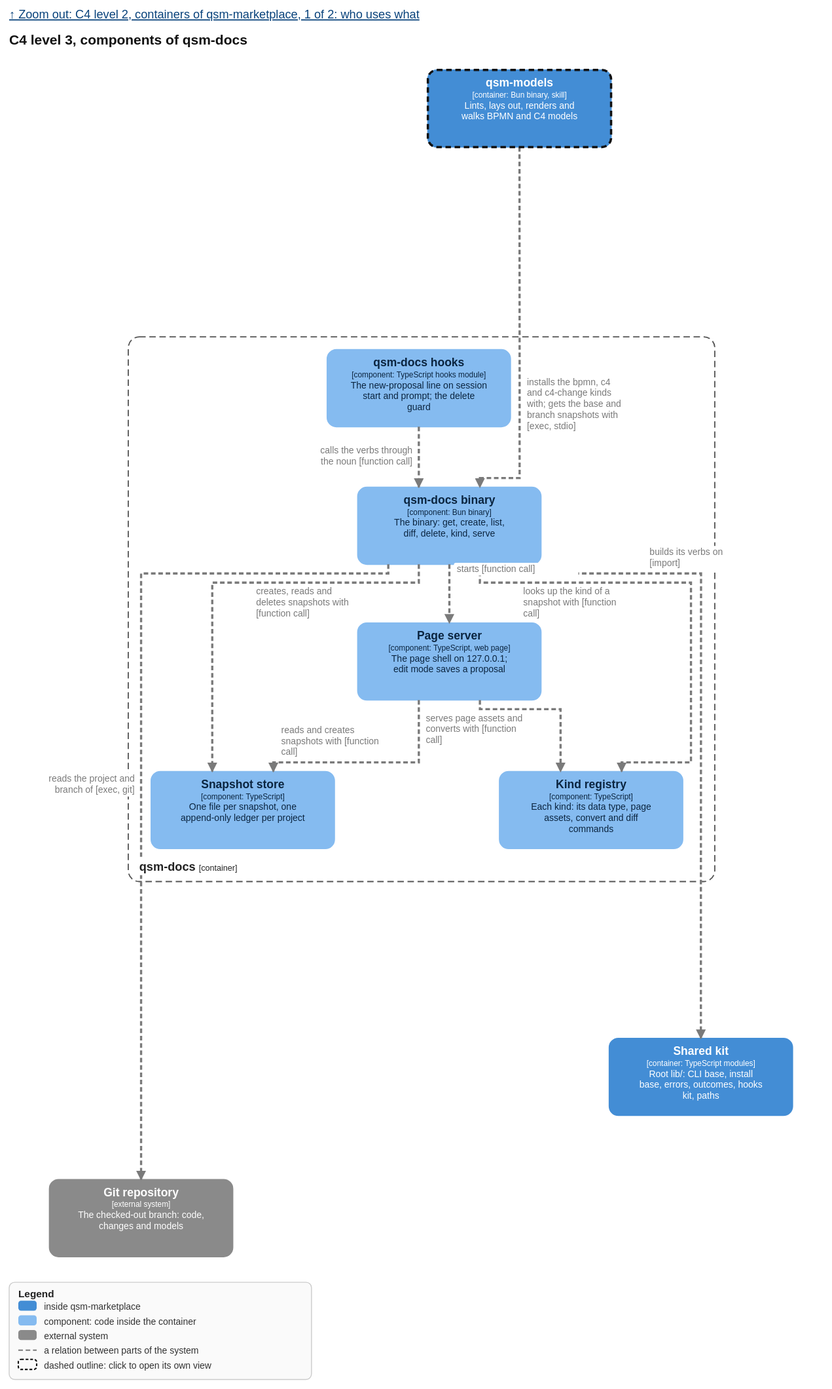
Before: models/marketplace.components-docs.drawio.svg, a diagram exported from draw.io (qsmark-labs/qsm-marketplace). Source tidied: cells renumbered, new cells last; positions are measured from the earlier drawing's top-left corner, leaving out a move shared by most shapes. The source it was exported from:
```xml
<mxGraphModel>
  <root>
    <mxCell id="0" />
    <mxCell id="1" parent="0" />
    <object id="2" label="&lt;b&gt;%c4Name%&lt;/b&gt;&lt;div&gt;[%c4Application%]&lt;/div&gt;" c4Application="Container" c4Id="mp.docs" c4Name="qsm-docs" c4Type="ContainerScopeBoundary" placeholders="1">
      <mxCell style="rounded=1;fontSize=11;whiteSpace=wrap;html=1;dashed=1;arcSize=4;fillColor=none;strokeColor=#555555;fontColor=#222222;align=left;verticalAlign=bottom;spacing=10;dashPattern=8 4;" parent="1" vertex="1">
        <mxGeometry x="86" y="291" width="640.2" height="594" as="geometry" />
      </mxCell>
    </object>
    <object id="3" label="&lt;b&gt;%c4Name%&lt;/b&gt;&lt;div&gt;[%c4Type%%c4TechnologySep%%c4Technology%]&lt;/div&gt;&lt;div style=&quot;font-size:11px&quot;&gt;%c4Description%&lt;/div&gt;" c4Description="The binary: get, create, list, diff, delete, kind, serve" c4Id="mp.docs.tool" c4Name="qsm-docs binary" c4Path="plugins/qsm-docs/scripts" c4Tags="" c4Technology="Bun binary" c4TechnologySep=": " c4Type="Component" placeholders="1">
      <mxCell style="rounded=1;whiteSpace=wrap;html=1;arcSize=10;fillColor=#85bbf0;strokeColor=#85bbf0;fontColor=#0b2540;" parent="1" vertex="1">
        <mxGeometry x="336.5" y="455" width="200" height="84" as="geometry" />
      </mxCell>
    </object>
    <object id="4" label="&lt;b&gt;%c4Name%&lt;/b&gt;&lt;div&gt;[%c4Type%%c4TechnologySep%%c4Technology%]&lt;/div&gt;&lt;div style=&quot;font-size:11px&quot;&gt;%c4Description%&lt;/div&gt;" c4Description="One file per snapshot, one append-only ledger per project" c4Id="mp.docs.store" c4Name="Snapshot store" c4Path="plugins/qsm-docs/lib/store" c4Tags="" c4Technology="TypeScript" c4TechnologySep=": " c4Type="Component" placeholders="1">
      <mxCell style="rounded=1;whiteSpace=wrap;html=1;arcSize=10;fillColor=#85bbf0;strokeColor=#85bbf0;fontColor=#0b2540;" parent="1" vertex="1">
        <mxGeometry x="111" y="765" width="200" height="84" as="geometry" />
      </mxCell>
    </object>
    <object id="5" label="&lt;b&gt;%c4Name%&lt;/b&gt;&lt;div&gt;[%c4Type%%c4TechnologySep%%c4Technology%]&lt;/div&gt;&lt;div style=&quot;font-size:11px&quot;&gt;%c4Description%&lt;/div&gt;" c4Description="Each kind: its data type, page assets, convert and diff commands" c4Id="mp.docs.kinds" c4Name="Kind registry" c4Path="plugins/qsm-docs/lib/kinds" c4Tags="" c4Technology="TypeScript" c4TechnologySep=": " c4Type="Component" placeholders="1">
      <mxCell style="rounded=1;whiteSpace=wrap;html=1;arcSize=10;fillColor=#85bbf0;strokeColor=#85bbf0;fontColor=#0b2540;" parent="1" vertex="1">
        <mxGeometry x="491.2" y="765" width="200" height="84" as="geometry" />
      </mxCell>
    </object>
    <object id="6" label="&lt;b&gt;%c4Name%&lt;/b&gt;&lt;div&gt;[%c4Type%%c4TechnologySep%%c4Technology%]&lt;/div&gt;&lt;div style=&quot;font-size:11px&quot;&gt;%c4Description%&lt;/div&gt;" c4Description="The page shell on 127.0.0.1; edit mode saves a proposal" c4Id="mp.docs.server" c4Name="Page server" c4Path="plugins/qsm-docs/lib/serve" c4Tags="" c4Technology="TypeScript, web page" c4TechnologySep=": " c4Type="Component" placeholders="1">
      <mxCell style="rounded=1;whiteSpace=wrap;html=1;arcSize=10;fillColor=#85bbf0;strokeColor=#85bbf0;fontColor=#0b2540;" parent="1" vertex="1">
        <mxGeometry x="336.5" y="603" width="200" height="84" as="geometry" />
      </mxCell>
    </object>
    <object id="7" label="&lt;b&gt;%c4Name%&lt;/b&gt;&lt;div&gt;[%c4Type%%c4TechnologySep%%c4Technology%]&lt;/div&gt;&lt;div style=&quot;font-size:11px&quot;&gt;%c4Description%&lt;/div&gt;" c4Description="The new-proposal line on session start and prompt; the delete guard" c4Id="mp.docs.hooks" c4Name="qsm-docs hooks" c4Path="plugins/qsm-docs/hooks" c4Tags="" c4Technology="TypeScript hooks module" c4TechnologySep=": " c4Type="Component" placeholders="1">
      <mxCell style="rounded=1;whiteSpace=wrap;html=1;arcSize=10;fillColor=#85bbf0;strokeColor=#85bbf0;fontColor=#0b2540;" parent="1" vertex="1">
        <mxGeometry x="303.1" y="305" width="200" height="84" as="geometry" />
      </mxCell>
    </object>
    <object id="8" label="&lt;b&gt;%c4Name%&lt;/b&gt;&lt;div&gt;[%c4Type%%c4TechnologySep%%c4Technology%]&lt;/div&gt;&lt;div style=&quot;font-size:11px&quot;&gt;%c4Description%&lt;/div&gt;" c4Description="Lints, lays out, renders and walks BPMN and C4 models" c4Group="Features" c4Id="mp.models" c4Name="qsm-models" c4Path="plugins/qsm-models" c4Tags="" c4Technology="Bun binary, skill" c4TechnologySep=": " c4Type="Container" placeholders="1">
      <mxCell style="rounded=1;whiteSpace=wrap;html=1;arcSize=10;fillColor=#438dd5;strokeColor=#438dd5;fontColor=#ffffff;" parent="1" vertex="1">
        <mxGeometry x="413" width="200" height="84" as="geometry" />
      </mxCell>
    </object>
    <object id="9" label="&lt;b&gt;%c4Name%&lt;/b&gt;&lt;div&gt;[%c4Type%%c4TechnologySep%%c4Technology%]&lt;/div&gt;&lt;div style=&quot;font-size:11px&quot;&gt;%c4Description%&lt;/div&gt;" c4Description="The checked-out branch: code, changes and models" c4Id="repo" c4Name="Git repository" c4Tags="external" c4Technology="" c4TechnologySep="" c4Type="Software System" placeholders="1">
      <mxCell style="rounded=1;whiteSpace=wrap;html=1;arcSize=10;fillColor=#8a8a8a;strokeColor=#8a8a8a;fontColor=#ffffff;" parent="1" vertex="1">
        <mxGeometry y="1210" width="200" height="84" as="geometry" />
      </mxCell>
    </object>
    <object id="10" label="&lt;b&gt;%c4Name%&lt;/b&gt;&lt;div&gt;[%c4Type%%c4TechnologySep%%c4Technology%]&lt;/div&gt;&lt;div style=&quot;font-size:11px&quot;&gt;%c4Description%&lt;/div&gt;" c4Description="Root lib/: CLI base, install base, errors, outcomes, hooks kit, paths" c4Group="Core" c4Id="mp.lib" c4Name="Shared kit" c4Path="lib" c4Tags="shared" c4Technology="TypeScript modules" c4TechnologySep=": " c4Type="Container" placeholders="1">
      <mxCell style="rounded=1;whiteSpace=wrap;html=1;arcSize=10;fillColor=#438dd5;strokeColor=#438dd5;fontColor=#ffffff;" parent="1" vertex="1">
        <mxGeometry x="611" y="1056" width="200" height="84" as="geometry" />
      </mxCell>
    </object>
    <object id="11" label="%c4Description%" c4Description="installs the bpmn, c4 and c4-change kinds with; gets the base and branch snapshots with [exec, stdio]" c4Type="Relationship" placeholders="1">
      <mxCell style="edgeStyle=orthogonalEdgeStyle;rounded=1;endArrow=blockThin;endFill=1;html=1;fontSize=10;strokeColor=#7a7a7a;fontColor=#7a7a7a;strokeWidth=2.4;dashed=1;" parent="1" edge="1" source="8" target="3">
        <mxGeometry relative="1" as="geometry">
          <Array as="points">
            <mxPoint x="513.1" y="286" />
            <mxPoint x="513.1" y="445" />
            <mxPoint x="469.8" y="445" />
          </Array>
        </mxGeometry>
      </mxCell>
    </object>
    <object id="12" label="%c4Description%" c4Description="reads the project and branch of [exec, git]" c4Type="Relationship" placeholders="1">
      <mxCell style="edgeStyle=orthogonalEdgeStyle;rounded=1;endArrow=blockThin;endFill=1;html=1;fontSize=10;strokeColor=#7a7a7a;fontColor=#7a7a7a;strokeWidth=2.4;dashed=1;" parent="1" edge="1" source="3" target="9">
        <mxGeometry relative="1" as="geometry">
          <Array as="points">
            <mxPoint x="369.8" y="549" />
            <mxPoint x="100" y="549" />
          </Array>
        </mxGeometry>
      </mxCell>
    </object>
    <object id="13" label="%c4Description%" c4Description="creates, reads and deletes snapshots with [function call]" c4Type="Relationship" placeholders="1">
      <mxCell style="edgeStyle=orthogonalEdgeStyle;rounded=1;endArrow=blockThin;endFill=1;html=1;fontSize=10;strokeColor=#7a7a7a;fontColor=#7a7a7a;strokeWidth=2.4;dashed=1;" parent="1" edge="1" source="3" target="4">
        <mxGeometry relative="1" as="geometry">
          <Array as="points">
            <mxPoint x="403.1" y="559" />
            <mxPoint x="177.7" y="559" />
          </Array>
        </mxGeometry>
      </mxCell>
    </object>
    <object id="14" label="%c4Description%" c4Description="looks up the kind of a snapshot with [function call]" c4Type="Relationship" placeholders="1">
      <mxCell style="edgeStyle=orthogonalEdgeStyle;rounded=1;endArrow=blockThin;endFill=1;html=1;fontSize=10;strokeColor=#7a7a7a;fontColor=#7a7a7a;strokeWidth=2.4;dashed=1;" parent="1" edge="1" source="3" target="5">
        <mxGeometry relative="1" as="geometry">
          <Array as="points">
            <mxPoint x="469.8" y="559" />
            <mxPoint x="700.2" y="559" />
            <mxPoint x="700.2" y="755" />
            <mxPoint x="624.5" y="755" />
          </Array>
        </mxGeometry>
      </mxCell>
    </object>
    <object id="15" label="%c4Description%" c4Description="starts [function call]" c4Type="Relationship" placeholders="1">
      <mxCell style="edgeStyle=orthogonalEdgeStyle;rounded=1;endArrow=blockThin;endFill=1;html=1;fontSize=10;strokeColor=#7a7a7a;fontColor=#7a7a7a;strokeWidth=2.4;dashed=1;" parent="1" edge="1" source="3" target="6">
        <mxGeometry relative="1" as="geometry" />
      </mxCell>
    </object>
    <object id="16" label="%c4Description%" c4Description="builds its verbs on [import]" c4Type="Relationship" placeholders="1">
      <mxCell style="edgeStyle=orthogonalEdgeStyle;rounded=1;endArrow=blockThin;endFill=1;html=1;fontSize=10;strokeColor=#7a7a7a;fontColor=#7a7a7a;strokeWidth=2.4;dashed=1;" parent="1" edge="1" source="3" target="10">
        <mxGeometry relative="1" as="geometry">
          <Array as="points">
            <mxPoint x="503.1" y="549" />
            <mxPoint x="711.2" y="549" />
            <mxPoint x="711" y="890" />
          </Array>
        </mxGeometry>
      </mxCell>
    </object>
    <object id="17" label="%c4Description%" c4Description="reads and creates snapshots with [function call]" c4Type="Relationship" placeholders="1">
      <mxCell style="edgeStyle=orthogonalEdgeStyle;rounded=1;endArrow=blockThin;endFill=1;html=1;fontSize=10;strokeColor=#7a7a7a;fontColor=#7a7a7a;strokeWidth=2.4;dashed=1;" parent="1" edge="1" source="6" target="4">
        <mxGeometry relative="1" as="geometry">
          <Array as="points">
            <mxPoint x="403.1" y="755" />
            <mxPoint x="244.3" y="755" />
          </Array>
        </mxGeometry>
      </mxCell>
    </object>
    <object id="18" label="%c4Description%" c4Description="serves page assets and converts with [function call]" c4Type="Relationship" placeholders="1">
      <mxCell style="edgeStyle=orthogonalEdgeStyle;rounded=1;endArrow=blockThin;endFill=1;html=1;fontSize=10;strokeColor=#7a7a7a;fontColor=#7a7a7a;strokeWidth=2.4;dashed=1;" parent="1" edge="1" source="6" target="5">
        <mxGeometry relative="1" as="geometry">
          <Array as="points">
            <mxPoint x="469.8" y="697" />
            <mxPoint x="557.8" y="697" />
          </Array>
        </mxGeometry>
      </mxCell>
    </object>
    <object id="19" label="%c4Description%" c4Description="calls the verbs through the noun [function call]" c4Type="Relationship" placeholders="1">
      <mxCell style="edgeStyle=orthogonalEdgeStyle;rounded=1;endArrow=blockThin;endFill=1;html=1;fontSize=10;strokeColor=#7a7a7a;fontColor=#7a7a7a;strokeWidth=2.4;dashed=1;" parent="1" edge="1" source="7" target="3">
        <mxGeometry relative="1" as="geometry" />
      </mxCell>
    </object>
  </root>
</mxGraphModel>
```
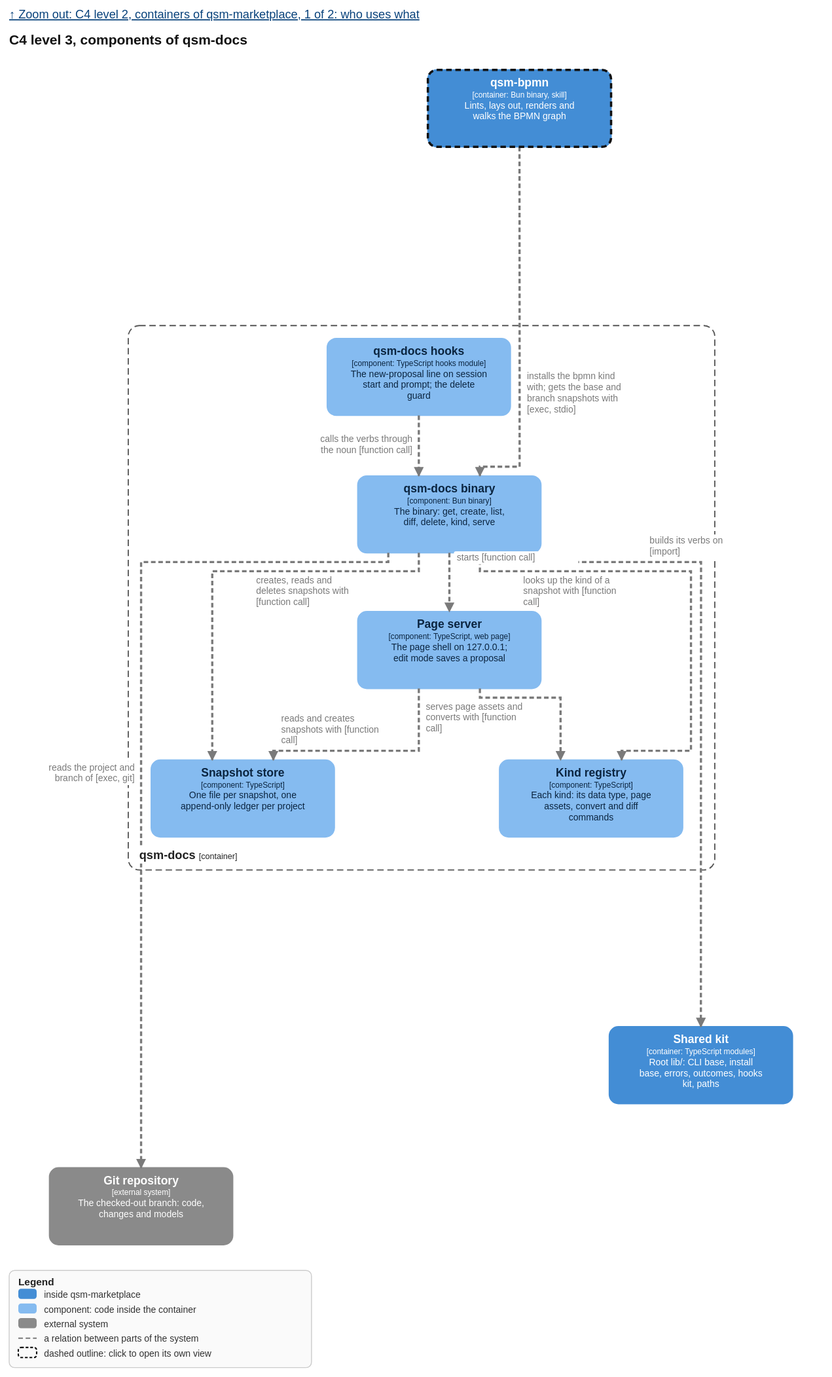
The same file after the commit.

The edit, as a diff of the source:
```diff
@@ -32,9 +32,9 @@
         <mxGeometry x="303.1" y="305" width="200" height="84" as="geometry" />
       </mxCell>
     </object>
-    <object id="8" label="&lt;b&gt;%c4Name%&lt;/b&gt;&lt;div&gt;[%c4Type%%c4TechnologySep%%c4Technology%]&lt;/div&gt;&lt;div style=&quot;font-size:11px&quot;&gt;%c4Description%&lt;/div&gt;" c4Description="Lints, lays out, renders and walks BPMN and C4 models" c4Group="Features" c4Id="mp.models" c4Name="qsm-models" c4Path="plugins/qsm-models" c4Tags="" c4Technology="Bun binary, skill" c4TechnologySep=": " c4Type="Container" placeholders="1">
+    <object id="8" label="&lt;b&gt;%c4Name%&lt;/b&gt;&lt;div&gt;[%c4Type%%c4TechnologySep%%c4Technology%]&lt;/div&gt;&lt;div style=&quot;font-size:11px&quot;&gt;%c4Description%&lt;/div&gt;" c4Description="Lints, lays out, renders and walks the BPMN graph" c4Group="Features" c4Id="mp.bpmn" c4Name="qsm-bpmn" c4Path="plugins/qsm-bpmn" c4Tags="" c4Technology="Bun binary, skill" c4TechnologySep=": " c4Type="Container" placeholders="1">
       <mxCell style="rounded=1;whiteSpace=wrap;html=1;arcSize=10;fillColor=#438dd5;strokeColor=#438dd5;fontColor=#ffffff;" parent="1" vertex="1">
-        <mxGeometry x="413" width="200" height="84" as="geometry" />
+        <mxGeometry x="413" y="12" width="200" height="84" as="geometry" />
       </mxCell>
     </object>
     <object id="9" label="&lt;b&gt;%c4Name%&lt;/b&gt;&lt;div&gt;[%c4Type%%c4TechnologySep%%c4Technology%]&lt;/div&gt;&lt;div style=&quot;font-size:11px&quot;&gt;%c4Description%&lt;/div&gt;" c4Description="The checked-out branch: code, changes and models" c4Id="repo" c4Name="Git repository" c4Tags="external" c4Technology="" c4TechnologySep="" c4Type="Software System" placeholders="1">
@@ -47,7 +47,7 @@
         <mxGeometry x="611" y="1056" width="200" height="84" as="geometry" />
       </mxCell>
     </object>
-    <object id="11" label="%c4Description%" c4Description="installs the bpmn, c4 and c4-change kinds with; gets the base and branch snapshots with [exec, stdio]" c4Type="Relationship" placeholders="1">
+    <object id="11" label="%c4Description%" c4Description="installs the bpmn kind with; gets the base and branch snapshots with [exec, stdio]" c4Type="Relationship" placeholders="1">
       <mxCell style="edgeStyle=orthogonalEdgeStyle;rounded=1;endArrow=blockThin;endFill=1;html=1;fontSize=10;strokeColor=#7a7a7a;fontColor=#7a7a7a;strokeWidth=2.4;dashed=1;" parent="1" edge="1" source="8" target="3">
         <mxGeometry relative="1" as="geometry">
           <Array as="points">
```
